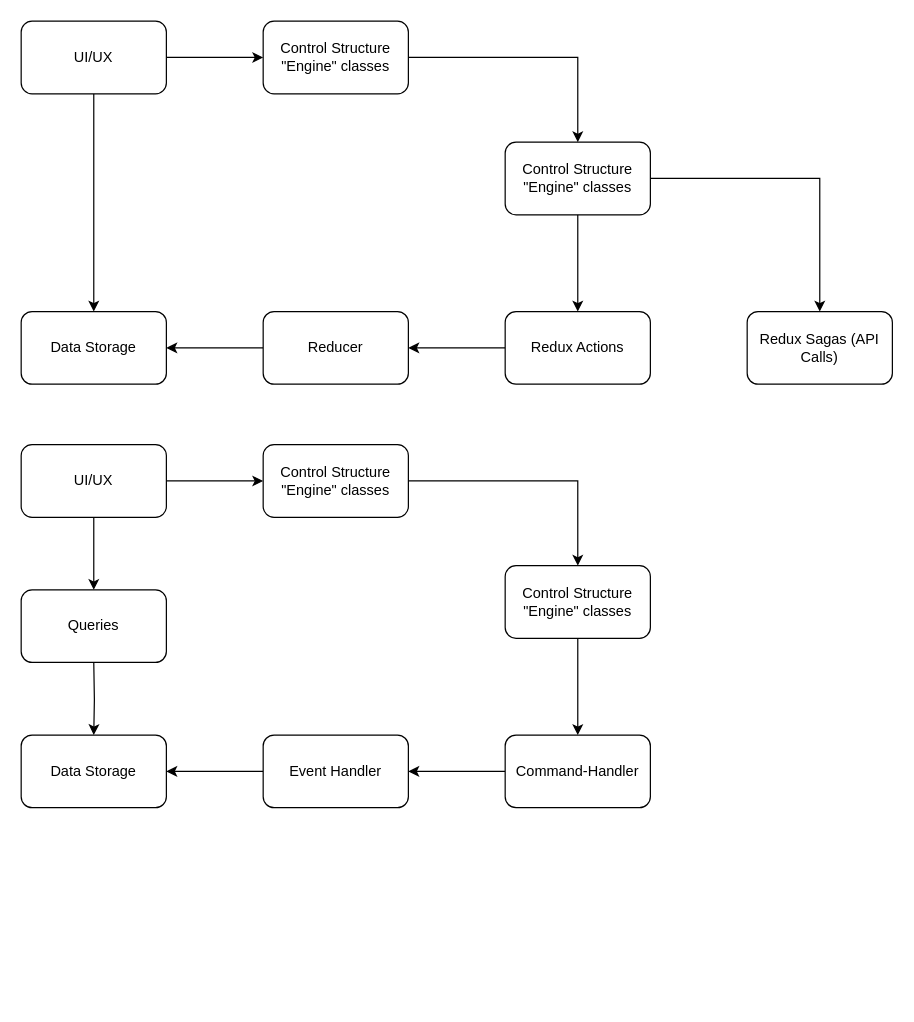
The draw.io diagram CQRS-pattern.drawio in tbd-friends/paas, before the edit. Source tidied: cells renumbered, new cells numbered last; positions are measured from the earlier drawing's top-left corner, leaving out a move shared by most shapes. Both pictures are drawn from the tidied source at 121%, with x=0, y=0 at pixel (21, 21).
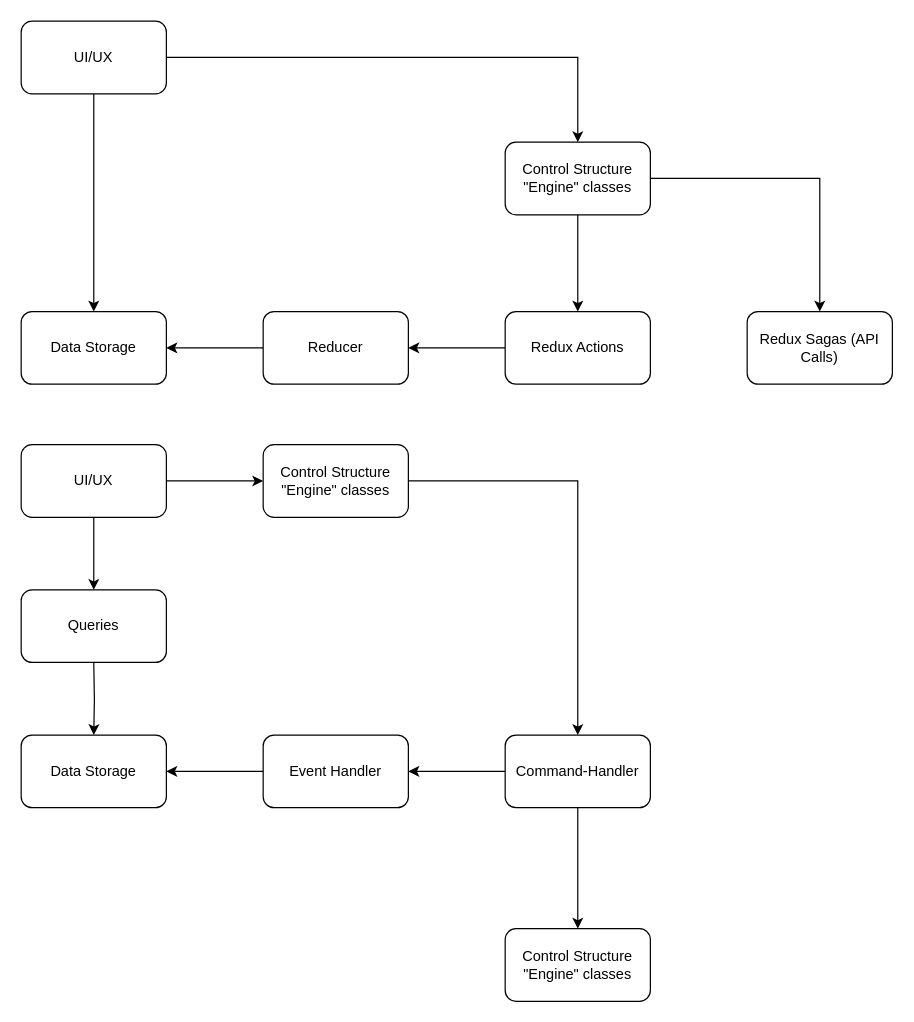
The same diagram, later.

The change refers to these unchanged cells:
```xml
<mxCell id="4" value="UI/UX" style="rounded=1;whiteSpace=wrap;html=1;" parent="1" vertex="1">
  <mxGeometry width="120" height="60" as="geometry" />
</mxCell>
<mxCell id="9" value="Control Structure &quot;Engine&quot; classes" style="rounded=1;whiteSpace=wrap;html=1;" parent="1" vertex="1">
  <mxGeometry x="400" y="100" width="120" height="60" as="geometry" />
</mxCell>
<mxCell id="21" value="Control Structure &quot;Engine&quot; classes" style="rounded=1;whiteSpace=wrap;html=1;" parent="1" vertex="1">
  <mxGeometry x="200" y="350" width="120" height="60" as="geometry" />
</mxCell>
<mxCell id="25" value="Command-Handler" style="rounded=1;whiteSpace=wrap;html=1;" parent="1" vertex="1">
  <mxGeometry x="400" y="590" width="120" height="60" as="geometry" />
</mxCell>
```

What changed in the source:
```diff
@@
-    <mxCell id="2" style="edgeStyle=orthogonalEdgeStyle;rounded=0;jettySize=auto;html=1;" parent="1" edge="1" source="4" target="6">
+    <mxCell id="2" style="edgeStyle=orthogonalEdgeStyle;rounded=0;jettySize=auto;html=1;entryX=0.5;entryY=0;entryDx=0;entryDy=0;" parent="1" edge="1" source="4" target="9">
       <mxGeometry relative="1" as="geometry" />
     </mxCell>
@@
-    <mxCell id="5" style="edgeStyle=orthogonalEdgeStyle;rounded=0;jettySize=auto;html=1;" parent="1" edge="1" source="6" target="9">
-      <mxGeometry relative="1" as="geometry" />
-    </mxCell>
-    <mxCell id="6" value="Control Structure &quot;Engine&quot; classes" style="rounded=1;whiteSpace=wrap;html=1;" parent="1" vertex="1">
-      <mxGeometry x="200" width="120" height="60" as="geometry" />
-    </mxCell>
@@
-    <mxCell id="20" style="edgeStyle=orthogonalEdgeStyle;rounded=0;jettySize=auto;html=1;" parent="1" edge="1" source="21" target="23">
+    <mxCell id="20" style="edgeStyle=orthogonalEdgeStyle;rounded=0;jettySize=auto;html=1;entryX=0.5;entryY=0;entryDx=0;entryDy=0;" parent="1" edge="1" source="21" target="25">
       <mxGeometry relative="1" as="geometry" />
     </mxCell>
@@
-    <mxCell id="22" style="edgeStyle=orthogonalEdgeStyle;rounded=0;jettySize=auto;html=1;" parent="1" edge="1" source="23" target="25">
-      <mxGeometry relative="1" as="geometry" />
-    </mxCell>
     <mxCell id="23" value="Control Structure &quot;Engine&quot; classes" style="rounded=1;whiteSpace=wrap;html=1;" parent="1" vertex="1">
-      <mxGeometry x="400" y="450" width="120" height="60" as="geometry" />
+      <mxGeometry x="400" y="750" width="120" height="60" as="geometry" />
     </mxCell>
@@
+    <mxCell id="30" style="edgeStyle=orthogonalEdgeStyle;rounded=0;jettySize=auto;html=1;exitX=0.5;exitY=1;exitDx=0;exitDy=0;entryX=0.5;entryY=0;entryDx=0;entryDy=0;" parent="1" edge="1" source="25" target="23">
+      <mxGeometry relative="1" as="geometry" />
+    </mxCell>
```
